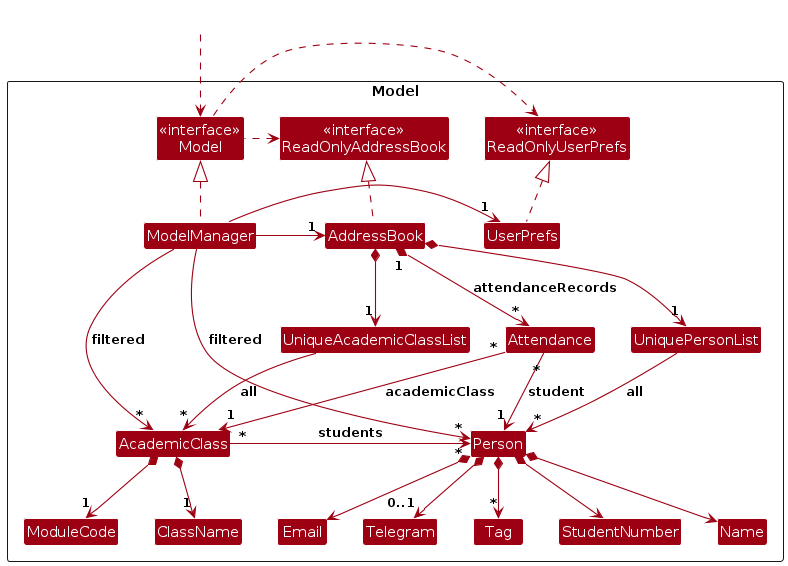
Above: diagrams/ModelClassDiagram.png in AY2627S1-CS2103-F10-2/tp (PlantUML), before the change. Its source is kept beside it as diagrams/ModelClassDiagram.puml.
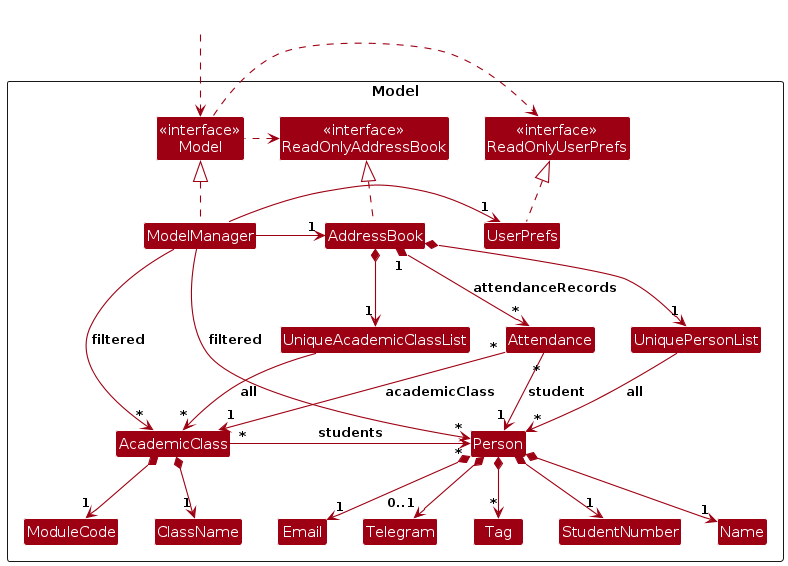
After the change.

Diff of the diagram source:
```diff
@@ -41,9 +41,9 @@
 
 AddressBook *--> "1" UniquePersonList
 UniquePersonList --> "*" Person : all
-Person *--> StudentNumber
-Person *--> Name
-Person *--> Email
+Person *--> "1" StudentNumber
+Person *--> "1" Name
+Person *--> "1" Email
 Person *--> "0..1" Telegram
 Person *--> "*" Tag
 
```
